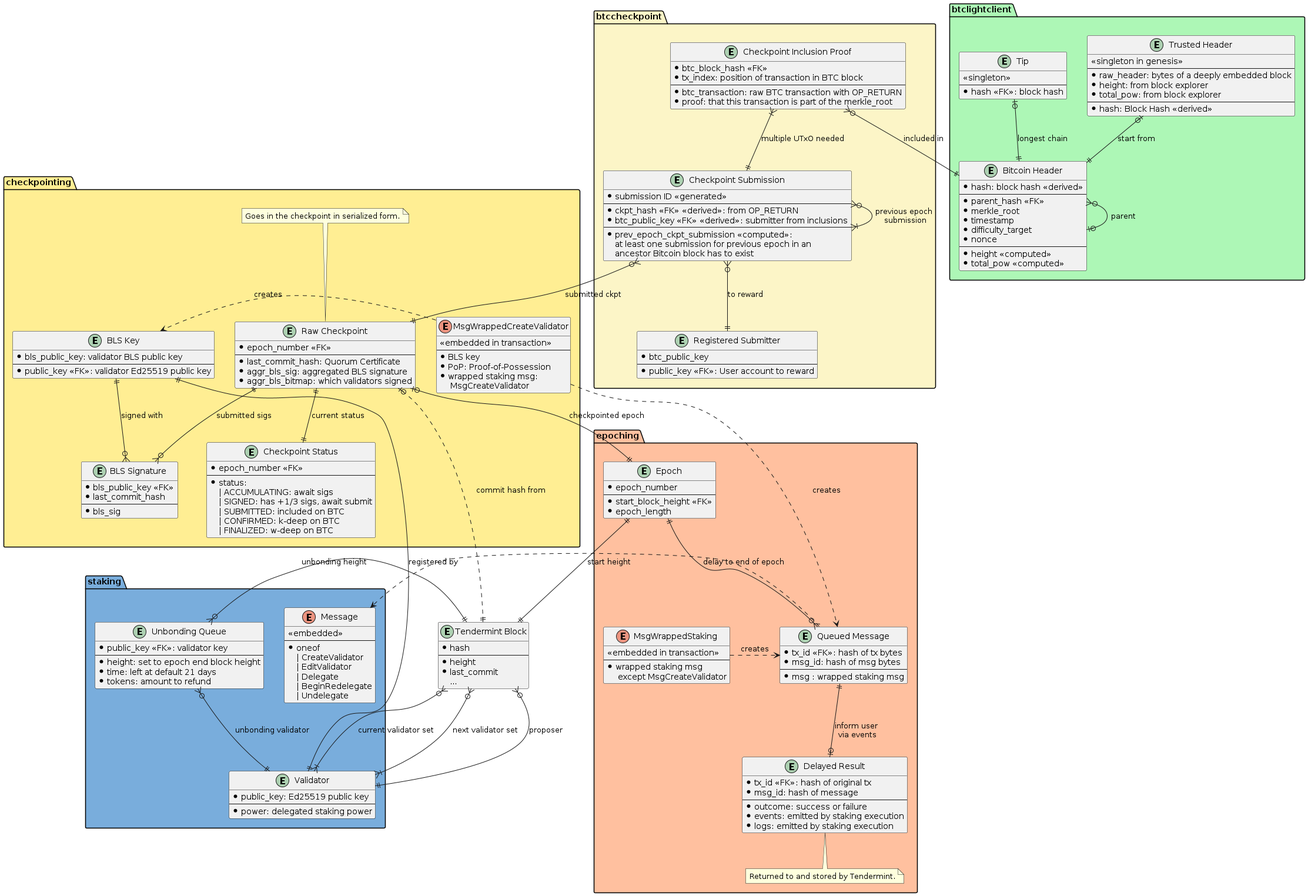
Earlier version of the PlantUML export docs/diagrams/database_schema.png (babylonchain/babylon).
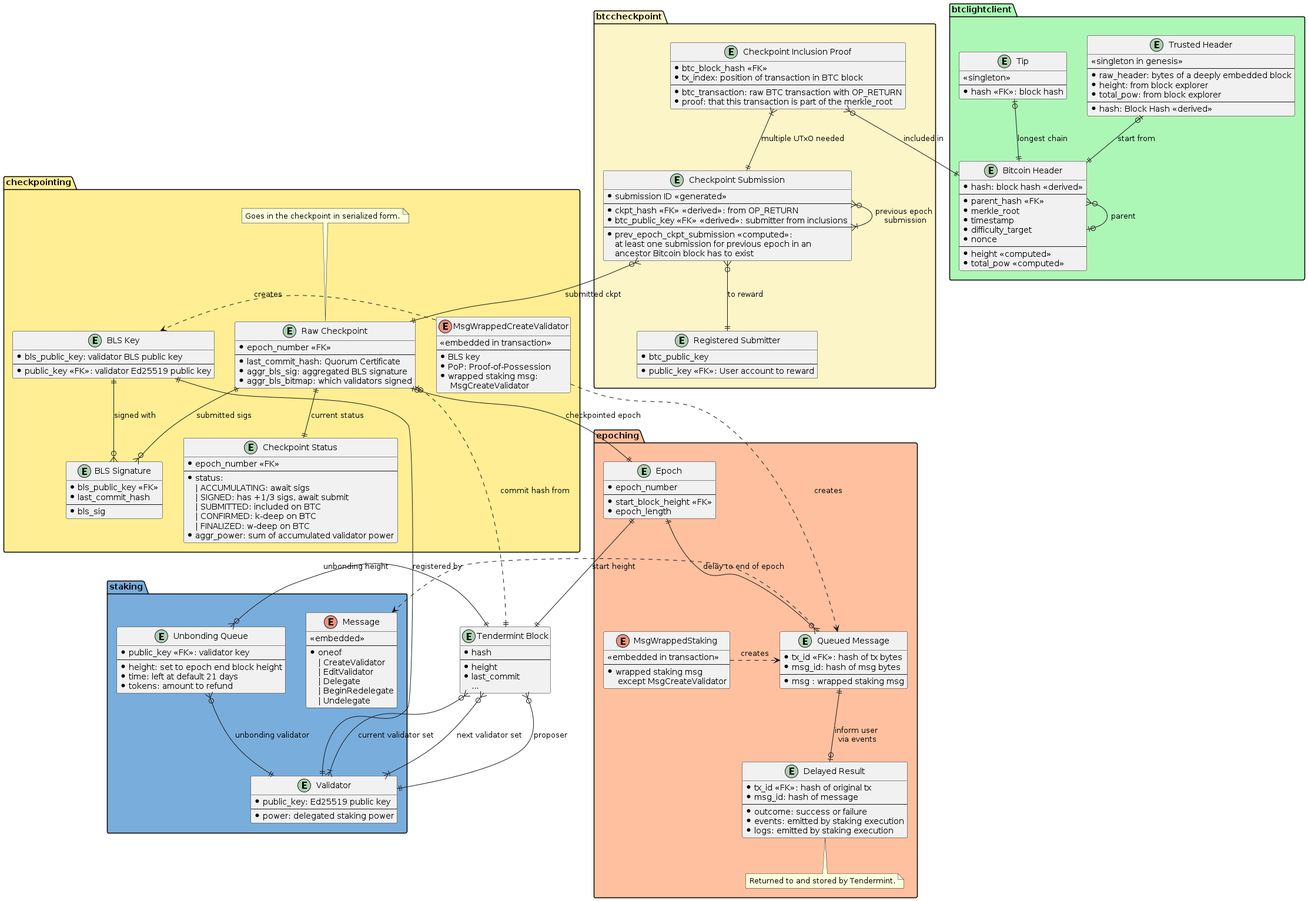
After the commit.

Commit message:
BM-60: Keep track of accumulated power.

The edit, as a diff of the source:
```diff
@@ -89,6 +89,7 @@
       | SUBMITTED: included on BTC
       | CONFIRMED: k-deep on BTC
       | FINALIZED: w-deep on BTC
+    * aggr_power: sum of accumulated validator power
   }
 
   entity "BLS Key" as bls_key {
```
